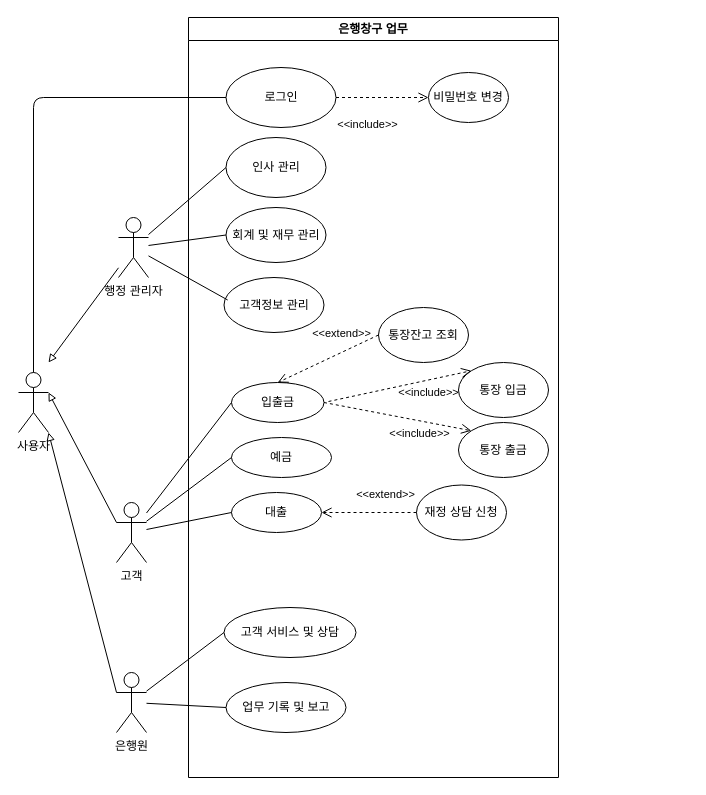
The draw.io diagram page "은행창구업무" (1 of 2) of task_1.drawio in hyun10144/Lecture3-1, before the edit. Source tidied: cells renumbered, new cells numbered last; positions are measured from the earlier drawing's top-left corner, leaving out a move shared by most shapes. Both pictures are drawn from the tidied source at 100%, with x=0, y=0 at pixel (18, 17).
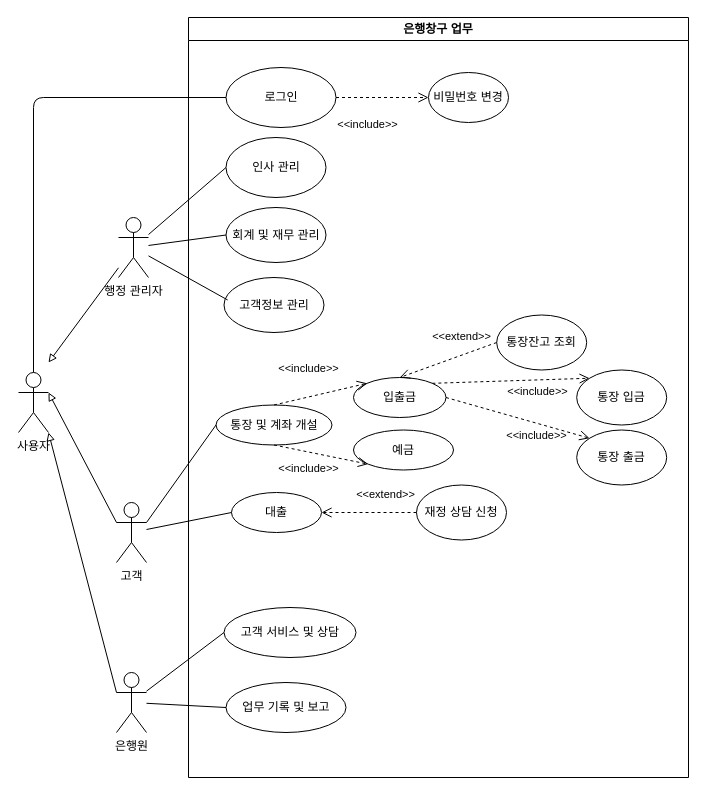
The same diagram, later.

Unchanged cells that the change refers to:
```xml
<mxCell id="19" value="고객" style="shape=umlActor;verticalLabelPosition=bottom;verticalAlign=top;html=1;outlineConnect=0;" parent="2" vertex="1">
  <mxGeometry x="-72" y="485" width="30" height="60" as="geometry" />
</mxCell>
```

What changed in the source:
```diff
@@
     <mxCell id="2" value="은행창구 업무" style="swimlane;whiteSpace=wrap;html=1;" parent="1" vertex="1">
-      <mxGeometry x="170" width="370" height="760" as="geometry" />
+      <mxGeometry x="170" width="500" height="760" as="geometry" />
     </mxCell>
@@
     <mxCell id="11" value="예금" style="ellipse;whiteSpace=wrap;html=1;" parent="2" vertex="1">
-      <mxGeometry x="43" y="420" width="100" height="40" as="geometry" />
+      <mxGeometry x="165" y="412.5" width="100" height="40" as="geometry" />
     </mxCell>
     <mxCell id="12" value="입출금" style="ellipse;whiteSpace=wrap;html=1;" parent="2" vertex="1">
-      <mxGeometry x="43" y="365" width="92.5" height="40" as="geometry" />
+      <mxGeometry x="165" y="360" width="92.5" height="40" as="geometry" />
     </mxCell>
@@
     <mxCell id="16" value="통장잔고 조회" style="ellipse;whiteSpace=wrap;html=1;" parent="2" vertex="1">
-      <mxGeometry x="190" y="290" width="90" height="55" as="geometry" />
+      <mxGeometry x="308.2" y="297.5" width="90" height="55" as="geometry" />
     </mxCell>
@@
-    <mxCell id="20" style="edgeStyle=none;rounded=0;jettySize=auto;html=1;strokeColor=default;align=center;verticalAlign=middle;fontFamily=Helvetica;fontSize=11;fontColor=default;labelBackgroundColor=default;endArrow=none;endFill=0;entryX=0;entryY=0.5;entryDx=0;entryDy=0;" parent="2" edge="1" source="19" target="11">
-      <mxGeometry relative="1" as="geometry" />
-    </mxCell>
@@
-    <mxCell id="24" style="edgeStyle=none;rounded=0;jettySize=auto;html=1;strokeColor=default;align=center;verticalAlign=middle;fontFamily=Helvetica;fontSize=11;fontColor=default;labelBackgroundColor=default;endArrow=none;endFill=0;entryX=0;entryY=0.5;entryDx=0;entryDy=0;" parent="2" edge="1" source="19" target="12">
-      <mxGeometry relative="1" as="geometry" />
-    </mxCell>
@@
-    <mxCell id="26" value="&amp;lt;&amp;lt;include&lt;span style=&quot;background-color: initial;&quot;&gt;&amp;gt;&amp;gt;&lt;/span&gt;" style="endArrow=open;startArrow=none;endFill=0;startFill=0;endSize=8;html=1;verticalAlign=bottom;dashed=1;labelBackgroundColor=none;rounded=0;strokeColor=default;align=center;fontFamily=Helvetica;fontSize=11;fontColor=default;entryX=0;entryY=0;entryDx=0;entryDy=0;" parent="2" edge="1" target="27">
-      <mxGeometry x="0.34" y="-21" relative="1" as="geometry">
-        <mxPoint x="140" y="384" as="sourcePoint" />
-      </mxGeometry>
+    <mxCell id="26" value="&amp;lt;&amp;lt;include&lt;span style=&quot;background-color: initial;&quot;&gt;&amp;gt;&amp;gt;&lt;/span&gt;" style="endArrow=open;startArrow=none;endFill=0;startFill=0;endSize=8;html=1;verticalAlign=bottom;dashed=1;labelBackgroundColor=none;rounded=0;strokeColor=default;align=center;fontFamily=Helvetica;fontSize=11;fontColor=default;entryX=0;entryY=0;entryDx=0;entryDy=0;exitX=1;exitY=0;exitDx=0;exitDy=0;" parent="2" edge="1" source="12" target="27">
+      <mxGeometry x="0.34" y="-21" relative="1" as="geometry" />
     </mxCell>
     <mxCell id="27" value="통장 입금" style="ellipse;whiteSpace=wrap;html=1;" parent="2" vertex="1">
-      <mxGeometry x="270" y="345" width="90" height="55" as="geometry" />
+      <mxGeometry x="388.2" y="352.5" width="90" height="55" as="geometry" />
     </mxCell>
     <mxCell id="28" value="통장 출금" style="ellipse;whiteSpace=wrap;html=1;" parent="2" vertex="1">
-      <mxGeometry x="270" y="405" width="90" height="55" as="geometry" />
+      <mxGeometry x="388.2" y="412.5" width="90" height="55" as="geometry" />
     </mxCell>
@@
+    <mxCell id="38" value="통장 및 계좌 개설" style="ellipse;whiteSpace=wrap;html=1;" parent="2" vertex="1">
+      <mxGeometry x="27.5" y="387.5" width="116" height="40" as="geometry" />
+    </mxCell>
+    <mxCell id="39" style="edgeStyle=none;rounded=0;jettySize=auto;html=1;strokeColor=default;align=center;verticalAlign=middle;fontFamily=Helvetica;fontSize=11;fontColor=default;labelBackgroundColor=default;endArrow=none;endFill=0;entryX=0;entryY=0.5;entryDx=0;entryDy=0;exitX=1;exitY=0.3333333333333333;exitDx=0;exitDy=0;exitPerimeter=0;" parent="2" edge="1" source="19" target="38">
+      <mxGeometry relative="1" as="geometry" />
+    </mxCell>
+    <mxCell id="40" value="&amp;lt;&amp;lt;include&lt;span style=&quot;background-color: initial;&quot;&gt;&amp;gt;&amp;gt;&lt;/span&gt;" style="endArrow=open;startArrow=none;endFill=0;startFill=0;endSize=8;html=1;verticalAlign=bottom;dashed=1;labelBackgroundColor=none;rounded=0;strokeColor=default;align=center;fontFamily=Helvetica;fontSize=11;fontColor=default;entryX=0;entryY=0;entryDx=0;entryDy=0;exitX=0.5;exitY=0;exitDx=0;exitDy=0;" parent="2" edge="1" source="38" target="12">
+      <mxGeometry x="-0.17" y="19" relative="1" as="geometry" />
+    </mxCell>
+    <mxCell id="41" value="&amp;lt;&amp;lt;include&lt;span style=&quot;background-color: initial;&quot;&gt;&amp;gt;&amp;gt;&lt;/span&gt;" style="endArrow=open;startArrow=none;endFill=0;startFill=0;endSize=8;html=1;verticalAlign=bottom;dashed=1;labelBackgroundColor=none;rounded=0;strokeColor=default;align=center;fontFamily=Helvetica;fontSize=11;fontColor=default;entryX=0;entryY=1;entryDx=0;entryDy=0;exitX=0.5;exitY=1;exitDx=0;exitDy=0;" parent="2" edge="1" source="38" target="11">
+      <mxGeometry x="-0.16" y="-25" relative="1" as="geometry" />
+    </mxCell>
```
